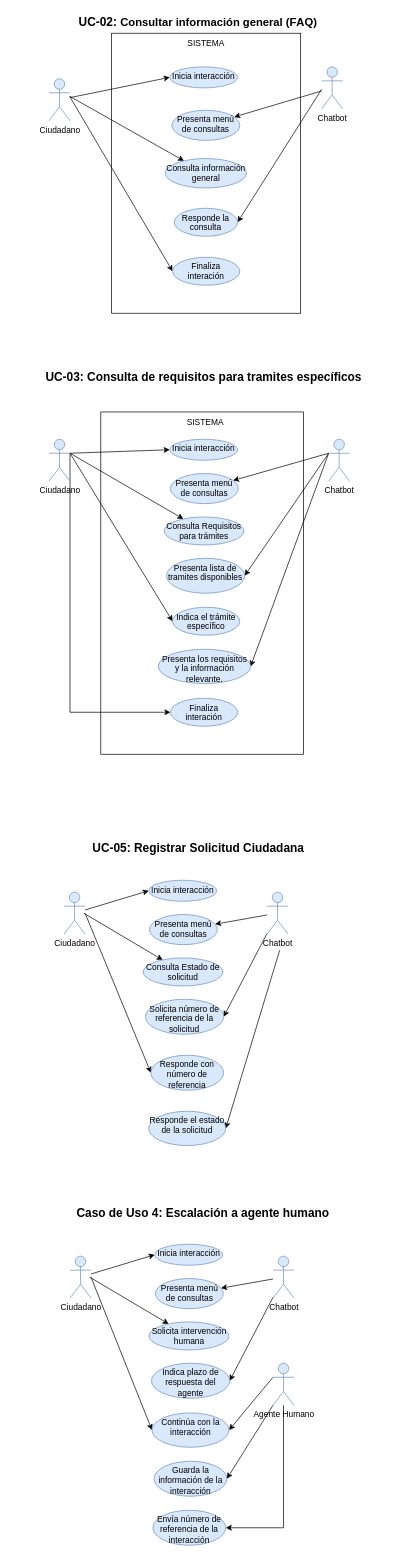
Above: flujos/Casos de Uso Grupo 20.drawio in ada-gonzalez/grupo20_Chatbot (draw.io), before the change. Source tidied: cells renumbered, new cells numbered last; positions are measured from the earlier drawing's top-left corner, leaving out a move shared by most shapes. Both pictures are drawn from the tidied source at 70%, with x=0, y=0 at pixel (12, 12).
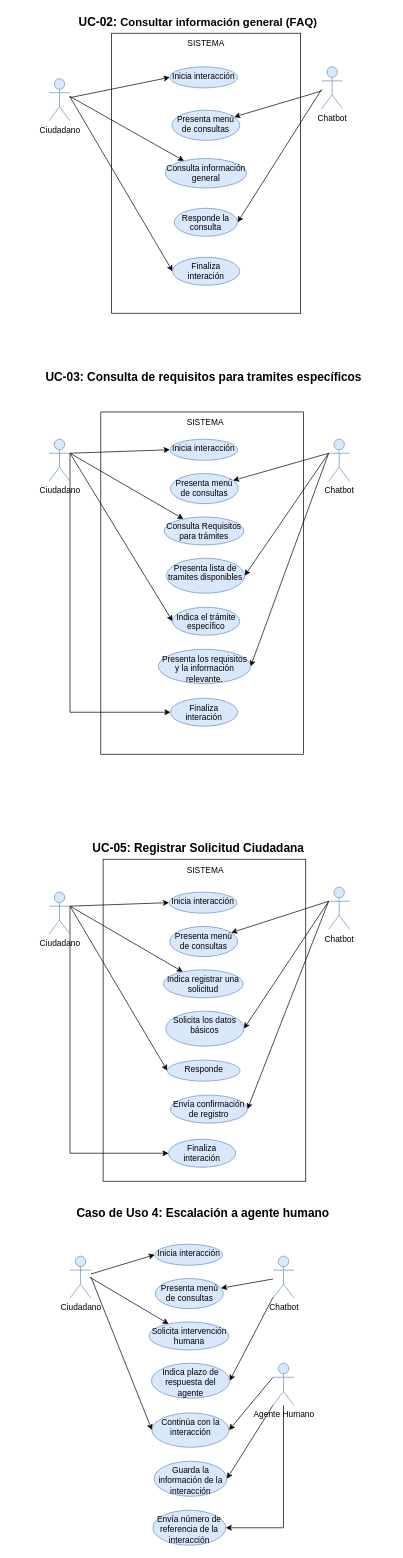
Above is the later version.

What changed in the source:
```diff
@@
+    <mxCell id="70" style="rounded=0;whiteSpace=wrap;html=1;glass=1;fillColor=none;" parent="1" vertex="1">
+      <mxGeometry x="129.8" y="1210" width="289.5" height="460" as="geometry" />
+    </mxCell>
@@
-    <mxCell id="33" style="rounded=0;jettySize=auto;html=1;" parent="1" edge="1" target="41">
-      <mxGeometry relative="1" as="geometry">
-        <mxPoint x="102" y="1287" as="sourcePoint" />
-      </mxGeometry>
+    <mxCell id="33" style="rounded=0;jettySize=auto;html=1;exitX=1;exitY=0.3333333333333333;exitDx=0;exitDy=0;exitPerimeter=0;" parent="1" edge="1" source="36" target="41">
+      <mxGeometry relative="1" as="geometry" />
     </mxCell>
-    <mxCell id="34" style="rounded=0;jettySize=auto;html=1;entryX=0;entryY=0.5;entryDx=0;entryDy=0;" parent="1" edge="1" target="43">
-      <mxGeometry relative="1" as="geometry">
-        <mxPoint x="104" y="1287" as="sourcePoint" />
-      </mxGeometry>
+    <mxCell id="34" style="rounded=0;jettySize=auto;html=1;entryX=0;entryY=0.5;entryDx=0;entryDy=0;exitX=1;exitY=0.3333333333333333;exitDx=0;exitDy=0;exitPerimeter=0;" parent="1" edge="1" source="36" target="43">
+      <mxGeometry relative="1" as="geometry" />
     </mxCell>
-    <mxCell id="35" style="rounded=0;jettySize=auto;html=1;entryX=0;entryY=0.5;entryDx=0;entryDy=0;" parent="1" edge="1" source="36" target="46">
+    <mxCell id="35" style="rounded=0;jettySize=auto;html=1;entryX=0;entryY=0.5;entryDx=0;entryDy=0;exitX=1;exitY=0.3333333333333333;exitDx=0;exitDy=0;exitPerimeter=0;" parent="1" edge="1" source="36" target="46">
       <mxGeometry relative="1" as="geometry" />
     </mxCell>
+    <mxCell id="71" style="edgeStyle=orthogonalEdgeStyle;rounded=0;jettySize=auto;html=1;entryX=0;entryY=0.5;entryDx=0;entryDy=0;exitX=1;exitY=0.3333333333333333;exitDx=0;exitDy=0;exitPerimeter=0;" parent="1" edge="1" source="36" target="73">
+      <mxGeometry relative="1" as="geometry">
+        <Array as="points">
+          <mxPoint x="82" y="1630" />
+        </Array>
+      </mxGeometry>
+    </mxCell>
     <mxCell id="36" value="Ciudadano" style="shape=umlActor;verticalLabelPosition=bottom;verticalAlign=top;html=1;fillColor=#dae8fc;strokeColor=#6c8ebf;" parent="1" vertex="1">
-      <mxGeometry x="74" y="1257" width="30" height="60" as="geometry" />
+      <mxGeometry x="52.5" y="1257" width="30" height="60" as="geometry" />
     </mxCell>
-    <mxCell id="37" style="rounded=0;jettySize=auto;html=1;entryX=1;entryY=0.5;entryDx=0;entryDy=0;" parent="1" edge="1" source="40" target="42">
+    <mxCell id="37" style="rounded=0;jettySize=auto;html=1;entryX=1;entryY=0.5;entryDx=0;entryDy=0;exitX=0;exitY=0.3333333333333333;exitDx=0;exitDy=0;exitPerimeter=0;" parent="1" edge="1" source="40" target="42">
       <mxGeometry relative="1" as="geometry" />
     </mxCell>
-    <mxCell id="38" style="rounded=0;jettySize=auto;html=1;entryX=1;entryY=0.5;entryDx=0;entryDy=0;" parent="1" edge="1" target="44">
-      <mxGeometry relative="1" as="geometry">
-        <mxPoint x="382" y="1340" as="sourcePoint" />
-      </mxGeometry>
+    <mxCell id="38" style="rounded=0;jettySize=auto;html=1;entryX=1;entryY=0.5;entryDx=0;entryDy=0;exitX=0;exitY=0.3333333333333333;exitDx=0;exitDy=0;exitPerimeter=0;" parent="1" edge="1" source="40" target="44">
+      <mxGeometry relative="1" as="geometry" />
     </mxCell>
-    <mxCell id="39" style="rounded=0;jettySize=auto;html=1;" parent="1" edge="1" source="40" target="45">
+    <mxCell id="39" style="rounded=0;jettySize=auto;html=1;exitX=0;exitY=0.3333333333333333;exitDx=0;exitDy=0;exitPerimeter=0;" parent="1" edge="1" source="40" target="45">
       <mxGeometry relative="1" as="geometry" />
     </mxCell>
     <mxCell id="40" value="Chatbot" style="shape=umlActor;verticalLabelPosition=bottom;verticalAlign=top;html=1;fillColor=#dae8fc;strokeColor=#6c8ebf;" parent="1" vertex="1">
-      <mxGeometry x="364" y="1257" width="30" height="60" as="geometry" />
+      <mxGeometry x="452" y="1250" width="30" height="60" as="geometry" />
     </mxCell>
-    <mxCell id="41" value="&lt;div&gt;&lt;span style=&quot;background-color: transparent; color: light-dark(rgb(0, 0, 0), rgb(255, 255, 255));&quot;&gt;Consulta Estado de solicitud&lt;/span&gt;&lt;/div&gt;" style="ellipse;whiteSpace=wrap;html=1;verticalAlign=top;fillColor=#dae8fc;strokeColor=#6c8ebf;align=center;" parent="1" vertex="1">
-      <mxGeometry x="187" y="1351" width="114" height="40" as="geometry" />
+    <mxCell id="41" value="&lt;div&gt;&lt;span style=&quot;background-color: transparent; color: light-dark(rgb(0, 0, 0), rgb(255, 255, 255));&quot;&gt;Indica registrar una solicitud&lt;/span&gt;&lt;/div&gt;" style="ellipse;whiteSpace=wrap;html=1;verticalAlign=top;fillColor=#dae8fc;strokeColor=#6c8ebf;align=center;" parent="1" vertex="1">
+      <mxGeometry x="216" y="1368" width="114" height="40" as="geometry" />
     </mxCell>
-    <mxCell id="42" value="Solicita número de referencia de la solicitud" style="ellipse;whiteSpace=wrap;html=1;verticalAlign=top;fillColor=#dae8fc;strokeColor=#6c8ebf;" parent="1" vertex="1">
-      <mxGeometry x="190.2" y="1410" width="111.8" height="50" as="geometry" />
+    <mxCell id="42" value="Solicita los datos básicos" style="ellipse;whiteSpace=wrap;html=1;verticalAlign=top;fillColor=#dae8fc;strokeColor=#6c8ebf;" parent="1" vertex="1">
+      <mxGeometry x="219.2" y="1427" width="111.8" height="50" as="geometry" />
     </mxCell>
-    <mxCell id="43" value="Responde con número de referencia" style="ellipse;whiteSpace=wrap;html=1;verticalAlign=top;fillColor=#dae8fc;strokeColor=#6c8ebf;" parent="1" vertex="1">
-      <mxGeometry x="198" y="1490" width="104" height="50" as="geometry" />
+    <mxCell id="43" value="Responde" style="ellipse;whiteSpace=wrap;html=1;verticalAlign=top;fillColor=#dae8fc;strokeColor=#6c8ebf;" parent="1" vertex="1">
+      <mxGeometry x="221.5" y="1497" width="104" height="30" as="geometry" />
     </mxCell>
-    <mxCell id="44" value="Responde el estado de la solicitud" style="ellipse;whiteSpace=wrap;html=1;verticalAlign=top;fillColor=#dae8fc;strokeColor=#6c8ebf;" parent="1" vertex="1">
-      <mxGeometry x="194.9" y="1570" width="110.1" height="49" as="geometry" />
+    <mxCell id="44" value="Envía confirmación de registro" style="ellipse;whiteSpace=wrap;html=1;verticalAlign=top;fillColor=#dae8fc;strokeColor=#6c8ebf;" parent="1" vertex="1">
+      <mxGeometry x="225.9" y="1547" width="110.1" height="40" as="geometry" />
     </mxCell>
     <mxCell id="45" value="Presenta menú de consultas" style="ellipse;whiteSpace=wrap;html=1;verticalAlign=top;fillColor=#dae8fc;strokeColor=#6c8ebf;" parent="1" vertex="1">
-      <mxGeometry x="196" y="1289" width="97" height="43" as="geometry" />
+      <mxGeometry x="225" y="1306" width="97" height="43" as="geometry" />
     </mxCell>
     <mxCell id="46" value="Inicia interacción" style="ellipse;whiteSpace=wrap;html=1;verticalAlign=top;fillColor=#dae8fc;strokeColor=#6c8ebf;" parent="1" vertex="1">
-      <mxGeometry x="195" y="1240" width="97" height="30" as="geometry" />
+      <mxGeometry x="224" y="1257" width="97" height="30" as="geometry" />
     </mxCell>
@@
+    <mxCell id="72" value="SISTEMA" style="text;html=1;whiteSpace=wrap;strokeColor=none;fillColor=none;align=center;verticalAlign=middle;rounded=0;" parent="1" vertex="1">
+      <mxGeometry x="246" y="1211" width="60" height="30" as="geometry" />
+    </mxCell>
+    <mxCell id="73" value="&lt;div&gt;&lt;span style=&quot;background-color: transparent; color: light-dark(rgb(0, 0, 0), rgb(255, 255, 255));&quot;&gt;Finaliza interación&lt;/span&gt;&lt;/div&gt;" style="ellipse;whiteSpace=wrap;html=1;verticalAlign=top;fillColor=#dae8fc;strokeColor=#6c8ebf;" parent="1" vertex="1">
+      <mxGeometry x="223.2" y="1610" width="96" height="40" as="geometry" />
+    </mxCell>
```
